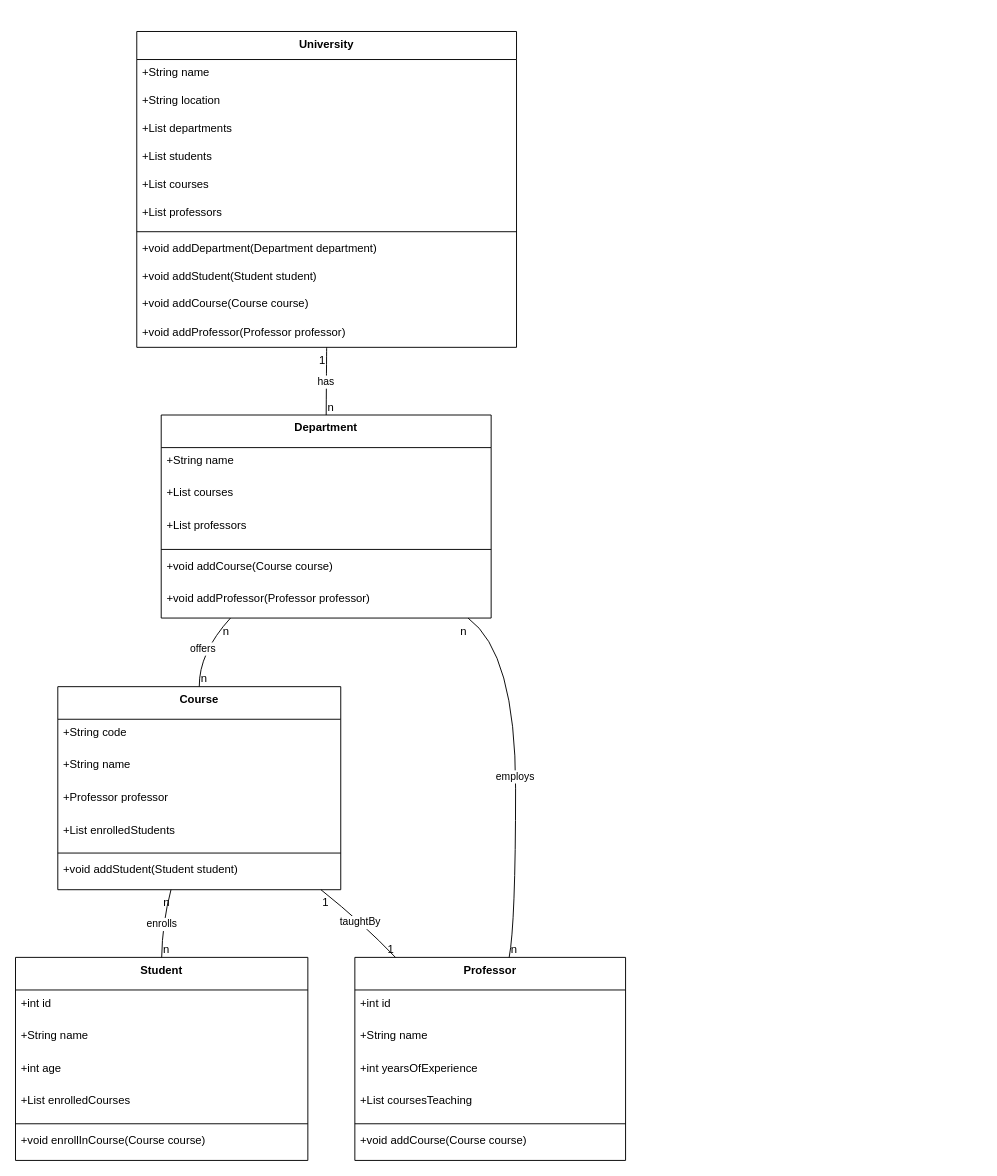
This is page "Exo1" (1 of 2) of Ex1.drawio from RocherQuentiin/java-diagramme-class, a draw.io file, before an edit. Source tidied: cells renumbered, new cells numbered last; positions are measured from the earlier drawing's top-left corner, leaving out a move shared by most shapes. Both pictures are drawn from the tidied source at 94%, with x=0, y=0 at pixel (15, 31).
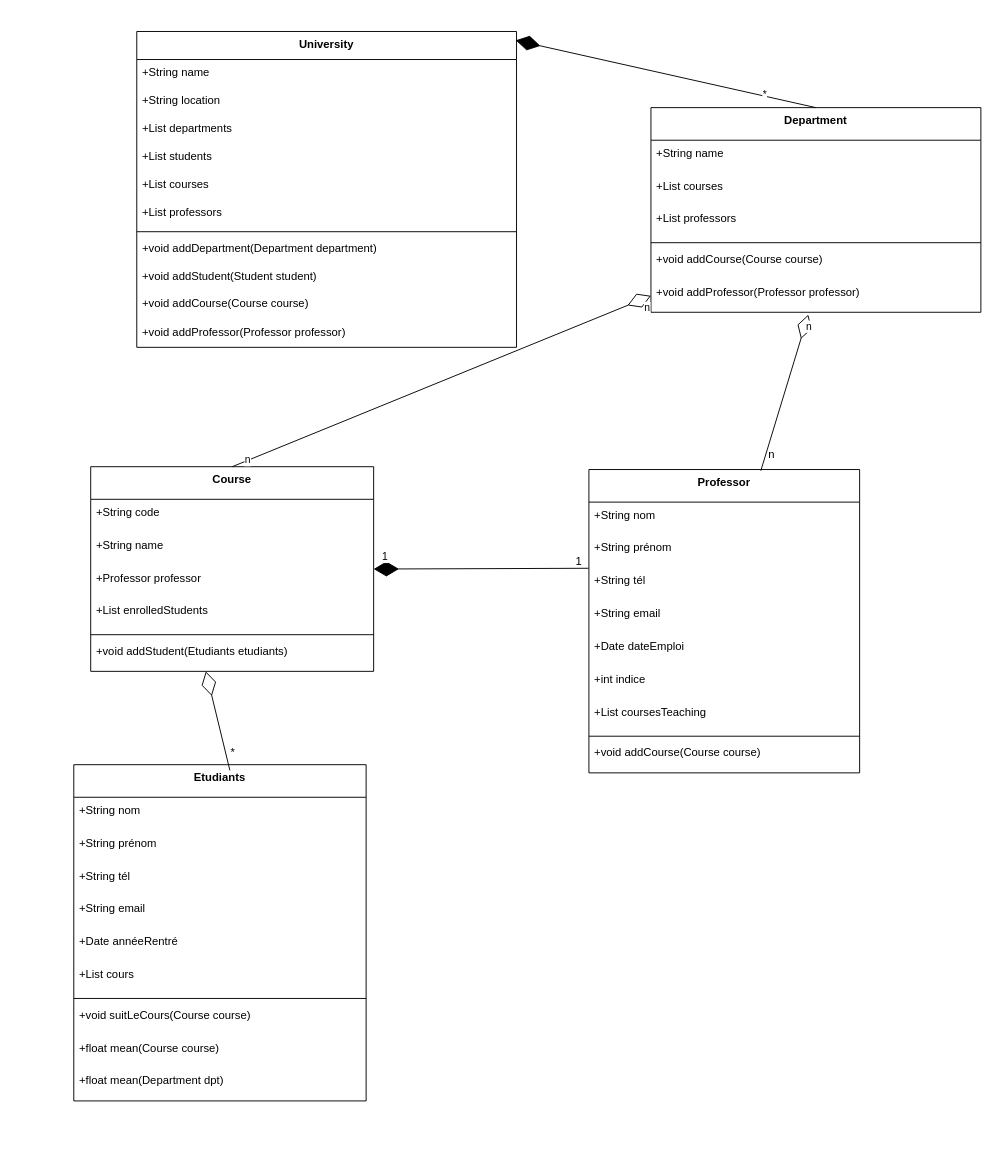
After the change.

Commit message:
Mettre à jour Ex1.drawio

Unchanged cells that the change refers to:
```xml
<mxCell id="2" value="University" style="swimlane;fontStyle=1;align=center;verticalAlign=top;horizontal=1;startSize=29.818181818181817;" parent="1" vertex="1">
  <mxGeometry x="129" width="404" height="336" as="geometry" />
</mxCell>
```

The edit, as a diff of the source:
```diff
@@
     <mxCell id="14" value="Department" style="swimlane;fontStyle=1;align=center;verticalAlign=top;horizontal=1;startSize=34.666666666666664;" parent="1" vertex="1">
-      <mxGeometry x="155" y="408" width="351" height="216" as="geometry" />
+      <mxGeometry x="676" y="81" width="351" height="217.7" as="geometry" />
     </mxCell>
     <mxCell id="15" value="+String name" style="text;strokeColor=none;fillColor=none;align=left;verticalAlign=top;spacingLeft=4;spacingRight=4;overflow=hidden;" parent="14" vertex="1">
-      <mxGeometry y="35" width="351" height="35" as="geometry" />
+      <mxGeometry y="34.7" width="351" height="35" as="geometry" />
     </mxCell>
     <mxCell id="16" value="+List courses" style="text;strokeColor=none;fillColor=none;align=left;verticalAlign=top;spacingLeft=4;spacingRight=4;overflow=hidden;" parent="14" vertex="1">
-      <mxGeometry y="69" width="351" height="35" as="geometry" />
+      <mxGeometry y="69.7" width="351" height="35" as="geometry" />
     </mxCell>
     <mxCell id="17" value="+List professors" style="text;strokeColor=none;fillColor=none;align=left;verticalAlign=top;spacingLeft=4;spacingRight=4;overflow=hidden;" parent="14" vertex="1">
-      <mxGeometry y="104" width="351" height="35" as="geometry" />
+      <mxGeometry y="104.7" width="351" height="35" as="geometry" />
     </mxCell>
     <mxCell id="18" style="line;strokeWidth=1;fillColor=none;align=left;verticalAlign=middle;spacingTop=-1;spacingLeft=3;spacingRight=3;labelPosition=right;strokeColor=inherit;" parent="14" vertex="1">
-      <mxGeometry y="139" width="351" height="8" as="geometry" />
+      <mxGeometry y="139.7" width="351" height="8" as="geometry" />
     </mxCell>
     <mxCell id="19" value="+void addCourse(Course course)" style="text;strokeColor=none;fillColor=none;align=left;verticalAlign=top;spacingLeft=4;spacingRight=4;overflow=hidden;" parent="14" vertex="1">
-      <mxGeometry y="147" width="351" height="35" as="geometry" />
+      <mxGeometry y="147.7" width="351" height="35" as="geometry" />
     </mxCell>
     <mxCell id="20" value="+void addProfessor(Professor professor)" style="text;strokeColor=none;fillColor=none;align=left;verticalAlign=top;spacingLeft=4;spacingRight=4;overflow=hidden;points=[[0,0.5],[1,0.5]];portConstraint=eastwest;" parent="14" vertex="1">
-      <mxGeometry y="181" width="351" height="35" as="geometry" />
+      <mxGeometry y="182.7" width="351" height="35" as="geometry" />
     </mxCell>
-    <mxCell id="21" value="Student" style="swimlane;fontStyle=1;align=center;verticalAlign=top;horizontal=1;startSize=34.666666666666664;" parent="1" vertex="1">
-      <mxGeometry y="985" width="311" height="216" as="geometry" />
+    <mxCell id="21" value="Etudiants" style="swimlane;fontStyle=1;align=center;verticalAlign=top;horizontal=1;startSize=34.666666666666664;" parent="1" vertex="1">
+      <mxGeometry x="62" y="780" width="311" height="357.7" as="geometry" />
     </mxCell>
-    <mxCell id="22" value="+int id" style="text;strokeColor=none;fillColor=none;align=left;verticalAlign=top;spacingLeft=4;spacingRight=4;overflow=hidden;" parent="21" vertex="1">
-      <mxGeometry y="35" width="311" height="35" as="geometry" />
-    </mxCell>
-    <mxCell id="23" value="+String name" style="text;strokeColor=none;fillColor=none;align=left;verticalAlign=top;spacingLeft=4;spacingRight=4;overflow=hidden;" parent="21" vertex="1">
-      <mxGeometry y="69" width="311" height="35" as="geometry" />
+    <mxCell id="23" value="+String nom" style="text;strokeColor=none;fillColor=none;align=left;verticalAlign=top;spacingLeft=4;spacingRight=4;overflow=hidden;" parent="21" vertex="1">
+      <mxGeometry y="34.7" width="311" height="35" as="geometry" />
     </mxCell>
+    <mxCell id="57" value="+String prénom" style="text;strokeColor=none;fillColor=none;align=left;verticalAlign=top;spacingLeft=4;spacingRight=4;overflow=hidden;" parent="21" vertex="1">
+      <mxGeometry y="69.7" width="311" height="35" as="geometry" />
+    </mxCell>
+    <mxCell id="58" value="+String tél" style="text;strokeColor=none;fillColor=none;align=left;verticalAlign=top;spacingLeft=4;spacingRight=4;overflow=hidden;" parent="21" vertex="1">
+      <mxGeometry y="104.7" width="311" height="35" as="geometry" />
+    </mxCell>
-    <mxCell id="24" value="+int age" style="text;strokeColor=none;fillColor=none;align=left;verticalAlign=top;spacingLeft=4;spacingRight=4;overflow=hidden;" parent="21" vertex="1">
-      <mxGeometry y="104" width="311" height="35" as="geometry" />
+    <mxCell id="24" value="+String email" style="text;strokeColor=none;fillColor=none;align=left;verticalAlign=top;spacingLeft=4;spacingRight=4;overflow=hidden;" parent="21" vertex="1">
+      <mxGeometry y="139.7" width="311" height="35" as="geometry" />
     </mxCell>
+    <mxCell id="59" value="+Date annéeRentré" style="text;strokeColor=none;fillColor=none;align=left;verticalAlign=top;spacingLeft=4;spacingRight=4;overflow=hidden;" parent="21" vertex="1">
+      <mxGeometry y="174.7" width="311" height="35" as="geometry" />
+    </mxCell>
-    <mxCell id="25" value="+List enrolledCourses" style="text;strokeColor=none;fillColor=none;align=left;verticalAlign=top;spacingLeft=4;spacingRight=4;overflow=hidden;" parent="21" vertex="1">
-      <mxGeometry y="139" width="311" height="35" as="geometry" />
+    <mxCell id="25" value="+List cours" style="text;strokeColor=none;fillColor=none;align=left;verticalAlign=top;spacingLeft=4;spacingRight=4;overflow=hidden;" parent="21" vertex="1">
+      <mxGeometry y="209.7" width="311" height="35" as="geometry" />
     </mxCell>
     <mxCell id="26" style="line;strokeWidth=1;fillColor=none;align=left;verticalAlign=middle;spacingTop=-1;spacingLeft=3;spacingRight=3;labelPosition=right;strokeColor=inherit;" parent="21" vertex="1">
-      <mxGeometry y="173" width="311" height="8" as="geometry" />
+      <mxGeometry y="244.7" width="311" height="8" as="geometry" />
     </mxCell>
-    <mxCell id="27" value="+void enrollInCourse(Course course)" style="text;strokeColor=none;fillColor=none;align=left;verticalAlign=top;spacingLeft=4;spacingRight=4;overflow=hidden;" parent="21" vertex="1">
-      <mxGeometry y="181" width="311" height="35" as="geometry" />
+    <mxCell id="27" value="+void suitLeCours(Course course)" style="text;strokeColor=none;fillColor=none;align=left;verticalAlign=top;spacingLeft=4;spacingRight=4;overflow=hidden;" parent="21" vertex="1">
+      <mxGeometry y="252.7" width="311" height="35" as="geometry" />
     </mxCell>
+    <mxCell id="60" value="+float mean(Course course)" style="text;strokeColor=none;fillColor=none;align=left;verticalAlign=top;spacingLeft=4;spacingRight=4;overflow=hidden;" parent="21" vertex="1">
+      <mxGeometry y="287.7" width="311" height="35" as="geometry" />
+    </mxCell>
+    <mxCell id="61" value="+float mean(Department dpt)" style="text;strokeColor=none;fillColor=none;align=left;verticalAlign=top;spacingLeft=4;spacingRight=4;overflow=hidden;" parent="21" vertex="1">
+      <mxGeometry y="322.7" width="311" height="35" as="geometry" />
+    </mxCell>
     <mxCell id="28" value="Course" style="swimlane;fontStyle=1;align=center;verticalAlign=top;horizontal=1;startSize=34.666666666666664;" parent="1" vertex="1">
-      <mxGeometry x="45" y="697" width="301" height="216" as="geometry" />
+      <mxGeometry x="80" y="463" width="301" height="217.7" as="geometry" />
     </mxCell>
     <mxCell id="29" value="+String code" style="text;strokeColor=none;fillColor=none;align=left;verticalAlign=top;spacingLeft=4;spacingRight=4;overflow=hidden;" parent="28" vertex="1">
-      <mxGeometry y="35" width="301" height="35" as="geometry" />
+      <mxGeometry y="34.7" width="301" height="35" as="geometry" />
     </mxCell>
     <mxCell id="30" value="+String name" style="text;strokeColor=none;fillColor=none;align=left;verticalAlign=top;spacingLeft=4;spacingRight=4;overflow=hidden;" parent="28" vertex="1">
-      <mxGeometry y="69" width="301" height="35" as="geometry" />
+      <mxGeometry y="69.7" width="301" height="35" as="geometry" />
     </mxCell>
     <mxCell id="31" value="+Professor professor" style="text;strokeColor=none;fillColor=none;align=left;verticalAlign=top;spacingLeft=4;spacingRight=4;overflow=hidden;" parent="28" vertex="1">
-      <mxGeometry y="104" width="301" height="35" as="geometry" />
+      <mxGeometry y="104.7" width="301" height="35" as="geometry" />
     </mxCell>
     <mxCell id="32" value="+List enrolledStudents" style="text;strokeColor=none;fillColor=none;align=left;verticalAlign=top;spacingLeft=4;spacingRight=4;overflow=hidden;" parent="28" vertex="1">
-      <mxGeometry y="139" width="301" height="35" as="geometry" />
+      <mxGeometry y="139.7" width="301" height="35" as="geometry" />
     </mxCell>
     <mxCell id="33" style="line;strokeWidth=1;fillColor=none;align=left;verticalAlign=middle;spacingTop=-1;spacingLeft=3;spacingRight=3;labelPosition=right;strokeColor=inherit;" parent="28" vertex="1">
-      <mxGeometry y="173" width="301" height="8" as="geometry" />
+      <mxGeometry y="174.7" width="301" height="8" as="geometry" />
     </mxCell>
-    <mxCell id="34" value="+void addStudent(Student student)" style="text;strokeColor=none;fillColor=none;align=left;verticalAlign=top;spacingLeft=4;spacingRight=4;overflow=hidden;points=[[0,0.5],[1,0.5]];portConstraint=eastwest;" parent="28" vertex="1">
-      <mxGeometry y="181" width="301" height="35" as="geometry" />
+    <mxCell id="34" value="+void addStudent(Etudiants etudiants)" style="text;strokeColor=none;fillColor=none;align=left;verticalAlign=top;spacingLeft=4;spacingRight=4;overflow=hidden;points=[[0,0.5],[1,0.5]];portConstraint=eastwest;" parent="28" vertex="1">
+      <mxGeometry y="182.7" width="301" height="35" as="geometry" />
     </mxCell>
     <mxCell id="35" value="Professor" style="swimlane;fontStyle=1;align=center;verticalAlign=top;horizontal=1;startSize=34.666666666666664;" parent="1" vertex="1">
-      <mxGeometry x="361" y="985" width="288" height="216" as="geometry" />
+      <mxGeometry x="610" y="466" width="288" height="322.7" as="geometry" />
     </mxCell>
-    <mxCell id="36" value="+int id" style="text;strokeColor=none;fillColor=none;align=left;verticalAlign=top;spacingLeft=4;spacingRight=4;overflow=hidden;" parent="35" vertex="1">
-      <mxGeometry y="35" width="288" height="35" as="geometry" />
+    <mxCell id="36" value="+String nom" style="text;strokeColor=none;fillColor=none;align=left;verticalAlign=top;spacingLeft=4;spacingRight=4;overflow=hidden;" parent="35" vertex="1">
+      <mxGeometry y="34.7" width="288" height="35" as="geometry" />
     </mxCell>
-    <mxCell id="37" value="+String name" style="text;strokeColor=none;fillColor=none;align=left;verticalAlign=top;spacingLeft=4;spacingRight=4;overflow=hidden;points=[[0,0.5],[1,0.5]];portConstraint=eastwest;" parent="35" vertex="1">
-      <mxGeometry y="69" width="288" height="35" as="geometry" />
+    <mxCell id="37" value="+String prénom" style="text;strokeColor=none;fillColor=none;align=left;verticalAlign=top;spacingLeft=4;spacingRight=4;overflow=hidden;points=[[0,0.5],[1,0.5]];portConstraint=eastwest;" parent="35" vertex="1">
+      <mxGeometry y="69.7" width="288" height="35" as="geometry" />
     </mxCell>
+    <mxCell id="62" value="+String tél" style="text;strokeColor=none;fillColor=none;align=left;verticalAlign=top;spacingLeft=4;spacingRight=4;overflow=hidden;" parent="35" vertex="1">
+      <mxGeometry y="104.7" width="288" height="35" as="geometry" />
+    </mxCell>
+    <mxCell id="63" value="+String email" style="text;strokeColor=none;fillColor=none;align=left;verticalAlign=top;spacingLeft=4;spacingRight=4;overflow=hidden;" parent="35" vertex="1">
+      <mxGeometry y="139.7" width="288" height="35" as="geometry" />
+    </mxCell>
+    <mxCell id="64" value="+Date dateEmploi" style="text;strokeColor=none;fillColor=none;align=left;verticalAlign=top;spacingLeft=4;spacingRight=4;overflow=hidden;" parent="35" vertex="1">
+      <mxGeometry y="174.7" width="288" height="35" as="geometry" />
+    </mxCell>
-    <mxCell id="38" value="+int yearsOfExperience" style="text;strokeColor=none;fillColor=none;align=left;verticalAlign=top;spacingLeft=4;spacingRight=4;overflow=hidden;" parent="35" vertex="1">
-      <mxGeometry y="104" width="288" height="35" as="geometry" />
+    <mxCell id="38" value="+int indice" style="text;strokeColor=none;fillColor=none;align=left;verticalAlign=top;spacingLeft=4;spacingRight=4;overflow=hidden;" parent="35" vertex="1">
+      <mxGeometry y="209.7" width="288" height="35" as="geometry" />
     </mxCell>
     <mxCell id="39" value="+List coursesTeaching" style="text;strokeColor=none;fillColor=none;align=left;verticalAlign=top;spacingLeft=4;spacingRight=4;overflow=hidden;" parent="35" vertex="1">
-      <mxGeometry y="139" width="288" height="35" as="geometry" />
+      <mxGeometry y="244.7" width="288" height="35" as="geometry" />
     </mxCell>
     <mxCell id="40" style="line;strokeWidth=1;fillColor=none;align=left;verticalAlign=middle;spacingTop=-1;spacingLeft=3;spacingRight=3;labelPosition=right;strokeColor=inherit;" parent="35" vertex="1">
-      <mxGeometry y="173" width="288" height="8" as="geometry" />
+      <mxGeometry y="279.7" width="288" height="8" as="geometry" />
     </mxCell>
     <mxCell id="41" value="+void addCourse(Course course)" style="text;strokeColor=none;fillColor=none;align=left;verticalAlign=top;spacingLeft=4;spacingRight=4;overflow=hidden;" parent="35" vertex="1">
-      <mxGeometry y="181" width="288" height="35" as="geometry" />
+      <mxGeometry y="287.7" width="288" height="35" as="geometry" />
     </mxCell>
-    <mxCell id="42" value="has" style="curved=1;startArrow=none;endArrow=none;exitX=0.5;exitY=1;entryX=0.5;entryY=0;" parent="1" edge="1" source="2" target="14">
-      <mxGeometry relative="1" as="geometry" />
-    </mxCell>
-    <mxCell id="43" value="1" style="edgeLabel;labelBackgroundColor=none;fontSize=12;align=right;verticalAlign=top;" parent="42" vertex="1">
-      <mxGeometry x="-1" relative="1" as="geometry" />
-    </mxCell>
-    <mxCell id="44" value="n" style="edgeLabel;labelBackgroundColor=none;fontSize=12;align=left;verticalAlign=bottom;" parent="42" vertex="1">
-      <mxGeometry x="1" relative="1" as="geometry" />
-    </mxCell>
-    <mxCell id="45" value="offers" style="curved=1;startArrow=none;endArrow=none;exitX=0.21;exitY=1;entryX=0.5;entryY=0;" parent="1" edge="1" source="14" target="28">
-      <mxGeometry relative="1" as="geometry">
-        <Array as="points">
-          <mxPoint x="195" y="661" />
-        </Array>
-      </mxGeometry>
-    </mxCell>
-    <mxCell id="46" value="n" style="edgeLabel;labelBackgroundColor=none;fontSize=12;align=right;verticalAlign=top;" parent="45" vertex="1">
-      <mxGeometry x="-1" relative="1" as="geometry" />
-    </mxCell>
-    <mxCell id="47" value="n" style="edgeLabel;labelBackgroundColor=none;fontSize=12;align=left;verticalAlign=bottom;" parent="45" vertex="1">
-      <mxGeometry x="1" relative="1" as="geometry" />
-    </mxCell>
-    <mxCell id="48" value="employs" style="curved=1;startArrow=none;endArrow=none;exitX=0.93;exitY=1;entryX=0.57;entryY=0;" parent="1" edge="1" source="14" target="35">
-      <mxGeometry relative="1" as="geometry">
-        <Array as="points">
-          <mxPoint x="532" y="661" />
-          <mxPoint x="532" y="949" />
-        </Array>
-      </mxGeometry>
-    </mxCell>
-    <mxCell id="49" value="n" style="edgeLabel;labelBackgroundColor=none;fontSize=12;align=right;verticalAlign=top;" parent="48" vertex="1">
-      <mxGeometry x="-1" relative="1" as="geometry" />
-    </mxCell>
-    <mxCell id="50" value="n" style="edgeLabel;labelBackgroundColor=none;fontSize=12;align=left;verticalAlign=bottom;" parent="48" vertex="1">
-      <mxGeometry x="1" relative="1" as="geometry" />
-    </mxCell>
-    <mxCell id="51" value="enrolls" style="curved=1;startArrow=none;endArrow=none;exitX=0.4;exitY=1;entryX=0.5;entryY=0;" parent="1" edge="1" source="28" target="21">
-      <mxGeometry relative="1" as="geometry">
-        <Array as="points">
-          <mxPoint x="156" y="949" />
-        </Array>
-      </mxGeometry>
-    </mxCell>
-    <mxCell id="52" value="n" style="edgeLabel;labelBackgroundColor=none;fontSize=12;align=right;verticalAlign=top;" parent="51" vertex="1">
-      <mxGeometry x="-1" relative="1" as="geometry" />
-    </mxCell>
-    <mxCell id="53" value="n" style="edgeLabel;labelBackgroundColor=none;fontSize=12;align=left;verticalAlign=bottom;" parent="51" vertex="1">
-      <mxGeometry x="1" relative="1" as="geometry" />
-    </mxCell>
-    <mxCell id="54" value="taughtBy" style="curved=1;startArrow=none;endArrow=none;exitX=0.93;exitY=1;entryX=0.15;entryY=0;" parent="1" edge="1" source="28" target="35">
-      <mxGeometry relative="1" as="geometry">
-        <Array as="points">
-          <mxPoint x="370" y="949" />
-        </Array>
-      </mxGeometry>
-    </mxCell>
-    <mxCell id="55" value="1" style="edgeLabel;labelBackgroundColor=none;fontSize=12;align=left;verticalAlign=top;" parent="54" vertex="1">
-      <mxGeometry x="-1" relative="1" as="geometry" />
-    </mxCell>
-    <mxCell id="56" value="1" style="edgeLabel;labelBackgroundColor=none;fontSize=12;align=right;verticalAlign=bottom;" parent="54" vertex="1">
-      <mxGeometry x="1" relative="1" as="geometry" />
-    </mxCell>
+    <mxCell id="65" style="endArrow=diamondThin;endFill=0;endSize=24;html=1;rounded=0;entryX=0.407;entryY=1;entryDx=0;entryDy=0;entryPerimeter=0;exitX=0.534;exitY=0.017;exitDx=0;exitDy=0;exitPerimeter=0;" parent="1" edge="1" source="21" target="34">
+      <mxGeometry relative="1" as="geometry" />
+    </mxCell>
+    <mxCell id="66" style="endArrow=diamondThin;endFill=1;endSize=24;html=1;rounded=0;exitX=0.5;exitY=0;exitDx=0;exitDy=0;entryX=0.998;entryY=0.028;entryDx=0;entryDy=0;entryPerimeter=0;" parent="1" edge="1" source="14" target="2">
+      <mxGeometry relative="1" as="geometry" />
+    </mxCell>
+    <mxCell id="67" value="*" style="edgeLabel;html=1;align=center;verticalAlign=middle;" parent="66" vertex="1">
+      <mxGeometry x="-0.62" y="-4" relative="1" as="geometry">
+        <mxPoint x="5" y="3" as="offset" />
+      </mxGeometry>
+    </mxCell>
+    <mxCell id="68" style="endArrow=diamondThin;endFill=0;endSize=24;html=1;rounded=0;exitX=0.5;exitY=0;exitDx=0;exitDy=0;entryX=0;entryY=0.5;entryDx=0;entryDy=0;" parent="1" edge="1" source="28" target="20">
+      <mxGeometry relative="1" as="geometry" />
+    </mxCell>
+    <mxCell id="69" value="n" style="edgeLabel;html=1;align=center;verticalAlign=middle;" parent="68" vertex="1">
+      <mxGeometry x="-0.93" y="1" relative="1" as="geometry">
+        <mxPoint x="1" as="offset" />
+      </mxGeometry>
+    </mxCell>
+    <mxCell id="70" value="n" style="edgeLabel;html=1;align=center;verticalAlign=middle;" parent="68" vertex="1">
+      <mxGeometry x="0.96" y="-10" relative="1" as="geometry" />
+    </mxCell>
+    <mxCell id="71" style="endArrow=diamondThin;endFill=0;endSize=24;html=1;rounded=0;entryX=0.477;entryY=1.072;entryDx=0;entryDy=0;entryPerimeter=0;exitX=0.635;exitY=0.004;exitDx=0;exitDy=0;exitPerimeter=0;" parent="1" edge="1" source="35" target="20">
+      <mxGeometry relative="1" as="geometry" />
+    </mxCell>
+    <mxCell id="72" value="n" style="edgeLabel;html=1;align=center;verticalAlign=middle;" parent="71" vertex="1">
+      <mxGeometry x="0.87" y="-4" relative="1" as="geometry" />
+    </mxCell>
+    <mxCell id="73" value="n" style="text;html=1;align=center;verticalAlign=middle;strokeColor=none;fillColor=none;" parent="1" vertex="1">
+      <mxGeometry x="791" y="437" width="25" height="26" as="geometry" />
+    </mxCell>
+    <mxCell id="74" style="endArrow=diamondThin;endFill=1;endSize=24;html=1;rounded=0;entryX=1;entryY=0.5;entryDx=0;entryDy=0;exitX=-0.001;exitY=1.01;exitDx=0;exitDy=0;exitPerimeter=0;" parent="1" edge="1" source="37" target="28">
+      <mxGeometry relative="1" as="geometry" />
+    </mxCell>
+    <mxCell id="75" value="1" style="edgeLabel;html=1;align=center;verticalAlign=middle;" parent="74" vertex="1">
+      <mxGeometry x="0.9" relative="1" as="geometry">
+        <mxPoint y="-13" as="offset" />
+      </mxGeometry>
+    </mxCell>
+    <mxCell id="76" value="1" style="text;html=1;align=center;verticalAlign=middle;strokeColor=none;fillColor=none;" parent="1" vertex="1">
+      <mxGeometry x="586" y="551" width="25" height="26" as="geometry" />
+    </mxCell>
+    <mxCell id="77" value="*" style="text;html=1;align=center;verticalAlign=middle;strokeColor=none;fillColor=none;" parent="1" vertex="1">
+      <mxGeometry x="219" y="754" width="23" height="26" as="geometry" />
+    </mxCell>
```
